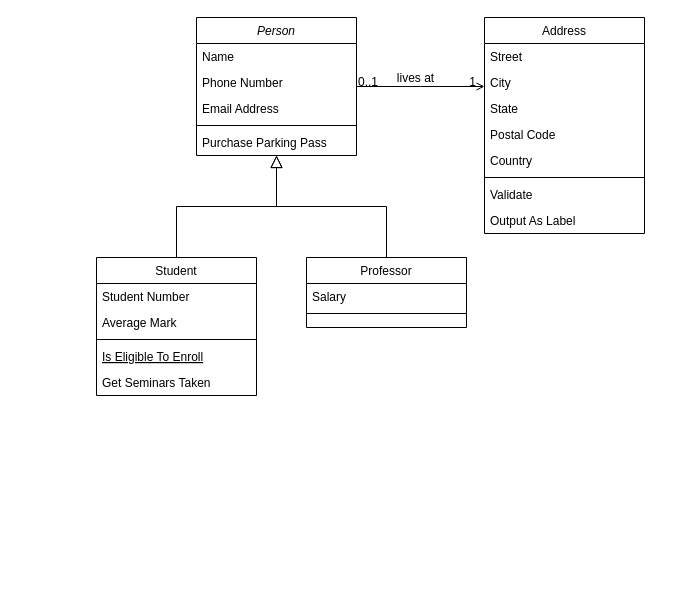
ditanursabila/Perpus_Digital keeps this draw.io diagram as Class-Diagram-Perpus-Digital.drawio. Above is the earlier version. Source tidied: cells renumbered, new cells numbered last; positions are measured from the earlier drawing's top-left corner, leaving out a move shared by most shapes. Both pictures are drawn from the tidied source at 100%, with x=0, y=0 at pixel (96, 17).
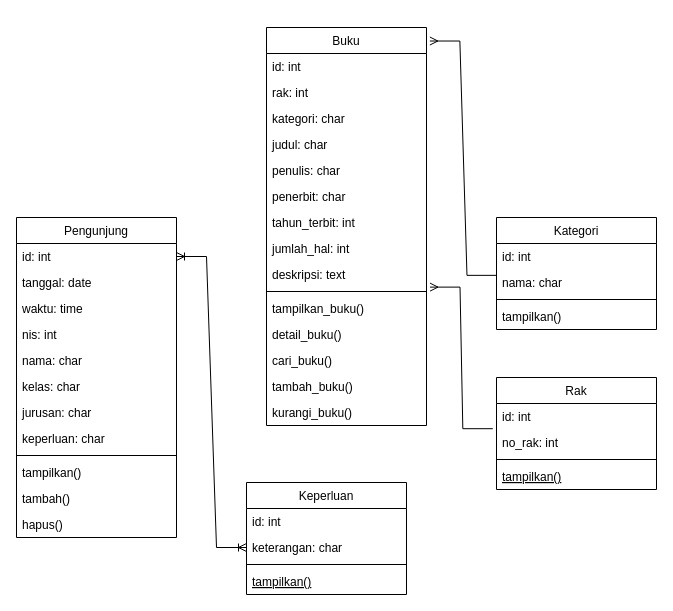
After the change.

The edit, as a diff of the source:
```diff
@@
-    <mxCell id="2" value="Person" style="swimlane;fontStyle=2;align=center;verticalAlign=top;horizontal=1;startSize=26;rounded=0;shadow=0;strokeWidth=1;" parent="1" vertex="1">
-      <mxGeometry x="100" width="160" height="138" as="geometry" />
+    <mxCell id="2" value="Pengunjung" style="swimlane;fontStyle=0;align=center;verticalAlign=top;horizontal=1;startSize=26;rounded=0;shadow=0;strokeWidth=1;" parent="1" vertex="1">
+      <mxGeometry x="-80" y="200" width="160" height="320" as="geometry" />
     </mxCell>
-    <mxCell id="3" value="Name" style="text;align=left;verticalAlign=top;spacingLeft=4;spacingRight=4;overflow=hidden;points=[[0,0.5],[1,0.5]];portConstraint=eastwest;" parent="2" vertex="1">
+    <mxCell id="3" value="id: int" style="text;align=left;verticalAlign=top;spacingLeft=4;spacingRight=4;overflow=hidden;points=[[0,0.5],[1,0.5]];portConstraint=eastwest;" parent="2" vertex="1">
       <mxGeometry y="26" width="160" height="26" as="geometry" />
     </mxCell>
-    <mxCell id="4" value="Phone Number" style="text;align=left;verticalAlign=top;spacingLeft=4;spacingRight=4;overflow=hidden;rounded=0;shadow=0;html=0;" parent="2" vertex="1">
+    <mxCell id="4" value="tanggal: date" style="text;align=left;verticalAlign=top;spacingLeft=4;spacingRight=4;overflow=hidden;rounded=0;shadow=0;html=0;" parent="2" vertex="1">
       <mxGeometry y="52" width="160" height="26" as="geometry" />
     </mxCell>
-    <mxCell id="5" value="Email Address" style="text;align=left;verticalAlign=top;spacingLeft=4;spacingRight=4;overflow=hidden;rounded=0;shadow=0;html=0;" parent="2" vertex="1">
+    <mxCell id="5" value="waktu: time" style="text;align=left;verticalAlign=top;spacingLeft=4;spacingRight=4;overflow=hidden;rounded=0;shadow=0;html=0;" parent="2" vertex="1">
       <mxGeometry y="78" width="160" height="26" as="geometry" />
     </mxCell>
+    <mxCell id="32" value="nis: int" style="text;align=left;verticalAlign=top;spacingLeft=4;spacingRight=4;overflow=hidden;rounded=0;shadow=0;html=0;" parent="2" vertex="1">
+      <mxGeometry y="104" width="160" height="26" as="geometry" />
+    </mxCell>
+    <mxCell id="33" value="nama: char" style="text;align=left;verticalAlign=top;spacingLeft=4;spacingRight=4;overflow=hidden;rounded=0;shadow=0;html=0;" parent="2" vertex="1">
+      <mxGeometry y="130" width="160" height="26" as="geometry" />
+    </mxCell>
+    <mxCell id="34" value="kelas: char" style="text;align=left;verticalAlign=top;spacingLeft=4;spacingRight=4;overflow=hidden;rounded=0;shadow=0;html=0;" parent="2" vertex="1">
+      <mxGeometry y="156" width="160" height="26" as="geometry" />
+    </mxCell>
+    <mxCell id="35" value="jurusan: char" style="text;align=left;verticalAlign=top;spacingLeft=4;spacingRight=4;overflow=hidden;rounded=0;shadow=0;html=0;" parent="2" vertex="1">
+      <mxGeometry y="182" width="160" height="26" as="geometry" />
+    </mxCell>
+    <mxCell id="36" value="keperluan: char" style="text;align=left;verticalAlign=top;spacingLeft=4;spacingRight=4;overflow=hidden;rounded=0;shadow=0;html=0;" parent="2" vertex="1">
+      <mxGeometry y="208" width="160" height="26" as="geometry" />
+    </mxCell>
     <mxCell id="6" style="line;html=1;strokeWidth=1;align=left;verticalAlign=middle;spacingTop=-1;spacingLeft=3;spacingRight=3;labelPosition=right;" parent="2" vertex="1">
-      <mxGeometry y="104" width="160" height="8" as="geometry" />
+      <mxGeometry y="234" width="160" height="8" as="geometry" />
     </mxCell>
+    <mxCell id="37" value="tampilkan()" style="text;align=left;verticalAlign=top;spacingLeft=4;spacingRight=4;overflow=hidden;" parent="2" vertex="1">
+      <mxGeometry y="242" width="160" height="26" as="geometry" />
+    </mxCell>
-    <mxCell id="7" value="Purchase Parking Pass" style="text;align=left;verticalAlign=top;spacingLeft=4;spacingRight=4;overflow=hidden;" parent="2" vertex="1">
-      <mxGeometry y="112" width="160" height="26" as="geometry" />
+    <mxCell id="7" value="tambah()" style="text;align=left;verticalAlign=top;spacingLeft=4;spacingRight=4;overflow=hidden;" parent="2" vertex="1">
+      <mxGeometry y="268" width="160" height="26" as="geometry" />
     </mxCell>
+    <mxCell id="38" value="hapus()" style="text;align=left;verticalAlign=top;spacingLeft=4;spacingRight=4;overflow=hidden;" parent="2" vertex="1">
+      <mxGeometry y="294" width="160" height="26" as="geometry" />
+    </mxCell>
-    <mxCell id="8" value="Student" style="swimlane;fontStyle=0;align=center;verticalAlign=top;horizontal=1;startSize=26;rounded=0;shadow=0;strokeWidth=1;" parent="1" vertex="1">
-      <mxGeometry y="240" width="160" height="138" as="geometry" />
+    <mxCell id="8" value="Rak" style="swimlane;fontStyle=0;align=center;verticalAlign=top;horizontal=1;startSize=26;rounded=0;shadow=0;strokeWidth=1;" parent="1" vertex="1">
+      <mxGeometry x="400" y="360" width="160" height="112" as="geometry" />
     </mxCell>
-    <mxCell id="9" value="Student Number" style="text;align=left;verticalAlign=top;spacingLeft=4;spacingRight=4;overflow=hidden;points=[[0,0.5],[1,0.5]];portConstraint=eastwest;" parent="8" vertex="1">
+    <mxCell id="9" value="id: int" style="text;align=left;verticalAlign=top;spacingLeft=4;spacingRight=4;overflow=hidden;points=[[0,0.5],[1,0.5]];portConstraint=eastwest;" parent="8" vertex="1">
       <mxGeometry y="26" width="160" height="26" as="geometry" />
     </mxCell>
-    <mxCell id="10" value="Average Mark" style="text;align=left;verticalAlign=top;spacingLeft=4;spacingRight=4;overflow=hidden;rounded=0;shadow=0;html=0;" parent="8" vertex="1">
+    <mxCell id="10" value="no_rak: int" style="text;align=left;verticalAlign=top;spacingLeft=4;spacingRight=4;overflow=hidden;rounded=0;shadow=0;html=0;" parent="8" vertex="1">
       <mxGeometry y="52" width="160" height="26" as="geometry" />
     </mxCell>
@@
-    <mxCell id="12" value="Is Eligible To Enroll" style="text;align=left;verticalAlign=top;spacingLeft=4;spacingRight=4;overflow=hidden;fontStyle=4;" parent="8" vertex="1">
+    <mxCell id="12" value="tampilkan()" style="text;align=left;verticalAlign=top;spacingLeft=4;spacingRight=4;overflow=hidden;fontStyle=4;" parent="8" vertex="1">
       <mxGeometry y="86" width="160" height="26" as="geometry" />
     </mxCell>
-    <mxCell id="13" value="Get Seminars Taken" style="text;align=left;verticalAlign=top;spacingLeft=4;spacingRight=4;overflow=hidden;" parent="8" vertex="1">
-      <mxGeometry y="112" width="160" height="26" as="geometry" />
-    </mxCell>
-    <mxCell id="14" style="endArrow=block;endSize=10;endFill=0;shadow=0;strokeWidth=1;rounded=0;edgeStyle=elbowEdgeStyle;elbow=vertical;" parent="1" edge="1" source="8" target="2">
-      <mxGeometry relative="1" as="geometry" />
-    </mxCell>
-    <mxCell id="15" value="Professor" style="swimlane;fontStyle=0;align=center;verticalAlign=top;horizontal=1;startSize=26;rounded=0;shadow=0;strokeWidth=1;" parent="1" vertex="1">
-      <mxGeometry x="210" y="240" width="160" height="70" as="geometry" />
+    <mxCell id="15" value="Kategori" style="swimlane;fontStyle=0;align=center;verticalAlign=top;horizontal=1;startSize=26;rounded=0;shadow=0;strokeWidth=1;" parent="1" vertex="1">
+      <mxGeometry x="400" y="200" width="160" height="112" as="geometry" />
     </mxCell>
-    <mxCell id="16" value="Salary" style="text;align=left;verticalAlign=top;spacingLeft=4;spacingRight=4;overflow=hidden;" parent="15" vertex="1">
+    <mxCell id="16" value="id: int" style="text;align=left;verticalAlign=top;spacingLeft=4;spacingRight=4;overflow=hidden;" parent="15" vertex="1">
       <mxGeometry y="26" width="160" height="26" as="geometry" />
     </mxCell>
+    <mxCell id="39" value="nama: char" style="text;align=left;verticalAlign=top;spacingLeft=4;spacingRight=4;overflow=hidden;points=[[0,0.5],[1,0.5]];portConstraint=eastwest;" parent="15" vertex="1">
+      <mxGeometry y="52" width="160" height="26" as="geometry" />
+    </mxCell>
     <mxCell id="17" style="line;html=1;strokeWidth=1;align=left;verticalAlign=middle;spacingTop=-1;spacingLeft=3;spacingRight=3;labelPosition=right;" parent="15" vertex="1">
-      <mxGeometry y="52" width="160" height="8" as="geometry" />
+      <mxGeometry y="78" width="160" height="8" as="geometry" />
     </mxCell>
-    <mxCell id="18" style="endArrow=block;endSize=10;endFill=0;shadow=0;strokeWidth=1;rounded=0;edgeStyle=elbowEdgeStyle;elbow=vertical;" parent="1" edge="1" source="15" target="2">
-      <mxGeometry relative="1" as="geometry" />
-    </mxCell>
+    <mxCell id="40" value="tampilkan()" style="text;align=left;verticalAlign=top;spacingLeft=4;spacingRight=4;overflow=hidden;" parent="15" vertex="1">
+      <mxGeometry y="86" width="160" height="26" as="geometry" />
+    </mxCell>
-    <mxCell id="19" value="Address" style="swimlane;fontStyle=0;align=center;verticalAlign=top;horizontal=1;startSize=26;rounded=0;shadow=0;strokeWidth=1;" parent="1" vertex="1">
-      <mxGeometry x="388" width="160" height="216" as="geometry" />
+    <mxCell id="19" value="Buku" style="swimlane;fontStyle=0;align=center;verticalAlign=top;horizontal=1;startSize=26;rounded=0;shadow=0;strokeWidth=1;" parent="1" vertex="1">
+      <mxGeometry x="170" y="10" width="160" height="398" as="geometry" />
     </mxCell>
-    <mxCell id="20" value="Street" style="text;align=left;verticalAlign=top;spacingLeft=4;spacingRight=4;overflow=hidden;" parent="19" vertex="1">
+    <mxCell id="20" value="id: int" style="text;align=left;verticalAlign=top;spacingLeft=4;spacingRight=4;overflow=hidden;" parent="19" vertex="1">
       <mxGeometry y="26" width="160" height="26" as="geometry" />
     </mxCell>
-    <mxCell id="21" value="City" style="text;align=left;verticalAlign=top;spacingLeft=4;spacingRight=4;overflow=hidden;rounded=0;shadow=0;html=0;" parent="19" vertex="1">
+    <mxCell id="21" value="rak: int" style="text;align=left;verticalAlign=top;spacingLeft=4;spacingRight=4;overflow=hidden;rounded=0;shadow=0;html=0;" parent="19" vertex="1">
       <mxGeometry y="52" width="160" height="26" as="geometry" />
     </mxCell>
-    <mxCell id="22" value="State" style="text;align=left;verticalAlign=top;spacingLeft=4;spacingRight=4;overflow=hidden;rounded=0;shadow=0;html=0;" parent="19" vertex="1">
+    <mxCell id="22" value="kategori: char" style="text;align=left;verticalAlign=top;spacingLeft=4;spacingRight=4;overflow=hidden;rounded=0;shadow=0;html=0;" parent="19" vertex="1">
       <mxGeometry y="78" width="160" height="26" as="geometry" />
     </mxCell>
-    <mxCell id="23" value="Postal Code" style="text;align=left;verticalAlign=top;spacingLeft=4;spacingRight=4;overflow=hidden;rounded=0;shadow=0;html=0;" parent="19" vertex="1">
+    <mxCell id="23" value="judul: char" style="text;align=left;verticalAlign=top;spacingLeft=4;spacingRight=4;overflow=hidden;rounded=0;shadow=0;html=0;" parent="19" vertex="1">
       <mxGeometry y="104" width="160" height="26" as="geometry" />
     </mxCell>
+    <mxCell id="41" value="penulis: char" style="text;align=left;verticalAlign=top;spacingLeft=4;spacingRight=4;overflow=hidden;rounded=0;shadow=0;html=0;" parent="19" vertex="1">
+      <mxGeometry y="130" width="160" height="26" as="geometry" />
+    </mxCell>
-    <mxCell id="24" value="Country" style="text;align=left;verticalAlign=top;spacingLeft=4;spacingRight=4;overflow=hidden;rounded=0;shadow=0;html=0;" parent="19" vertex="1">
-      <mxGeometry y="130" width="160" height="26" as="geometry" />
+    <mxCell id="24" value="penerbit: char" style="text;align=left;verticalAlign=top;spacingLeft=4;spacingRight=4;overflow=hidden;rounded=0;shadow=0;html=0;" parent="19" vertex="1">
+      <mxGeometry y="156" width="160" height="26" as="geometry" />
     </mxCell>
+    <mxCell id="42" value="tahun_terbit: int" style="text;align=left;verticalAlign=top;spacingLeft=4;spacingRight=4;overflow=hidden;rounded=0;shadow=0;html=0;" parent="19" vertex="1">
+      <mxGeometry y="182" width="160" height="26" as="geometry" />
+    </mxCell>
+    <mxCell id="43" value="jumlah_hal: int" style="text;align=left;verticalAlign=top;spacingLeft=4;spacingRight=4;overflow=hidden;rounded=0;shadow=0;html=0;" parent="19" vertex="1">
+      <mxGeometry y="208" width="160" height="26" as="geometry" />
+    </mxCell>
+    <mxCell id="44" value="deskripsi: text" style="text;align=left;verticalAlign=top;spacingLeft=4;spacingRight=4;overflow=hidden;points=[[0,0.5],[1,0.5]];portConstraint=eastwest;rounded=0;shadow=0;html=0;" parent="19" vertex="1">
+      <mxGeometry y="234" width="160" height="26" as="geometry" />
+    </mxCell>
     <mxCell id="25" style="line;html=1;strokeWidth=1;align=left;verticalAlign=middle;spacingTop=-1;spacingLeft=3;spacingRight=3;labelPosition=right;" parent="19" vertex="1">
-      <mxGeometry y="156" width="160" height="8" as="geometry" />
+      <mxGeometry y="260" width="160" height="8" as="geometry" />
     </mxCell>
-    <mxCell id="26" value="Validate" style="text;align=left;verticalAlign=top;spacingLeft=4;spacingRight=4;overflow=hidden;" parent="19" vertex="1">
-      <mxGeometry y="164" width="160" height="26" as="geometry" />
+    <mxCell id="26" value="tampilkan_buku()" style="text;align=left;verticalAlign=top;spacingLeft=4;spacingRight=4;overflow=hidden;" parent="19" vertex="1">
+      <mxGeometry y="268" width="160" height="26" as="geometry" />
     </mxCell>
-    <mxCell id="27" value="Output As Label" style="text;align=left;verticalAlign=top;spacingLeft=4;spacingRight=4;overflow=hidden;" parent="19" vertex="1">
-      <mxGeometry y="190" width="160" height="26" as="geometry" />
+    <mxCell id="27" value="detail_buku()" style="text;align=left;verticalAlign=top;spacingLeft=4;spacingRight=4;overflow=hidden;" parent="19" vertex="1">
+      <mxGeometry y="294" width="160" height="26" as="geometry" />
     </mxCell>
-    <mxCell id="28" style="endArrow=open;shadow=0;strokeWidth=1;rounded=0;endFill=1;edgeStyle=elbowEdgeStyle;elbow=vertical;" parent="1" edge="1" source="2" target="19">
-      <mxGeometry x="0.5" y="41" relative="1" as="geometry">
-        <mxPoint x="-40" y="32" as="offset" />
-      </mxGeometry>
-    </mxCell>
-    <mxCell id="29" value="0..1" style="align=left;verticalAlign=bottom;labelBackgroundColor=none;fontSize=12;" parent="28" vertex="1">
-      <mxGeometry x="-1" relative="1" as="geometry">
-        <mxPoint y="4" as="offset" />
-      </mxGeometry>
-    </mxCell>
-    <mxCell id="30" value="1" style="align=right;verticalAlign=bottom;labelBackgroundColor=none;fontSize=12;" parent="28" vertex="1">
-      <mxGeometry x="1" relative="1" as="geometry">
-        <mxPoint x="-7" y="4" as="offset" />
-      </mxGeometry>
-    </mxCell>
-    <mxCell id="31" value="lives at" style="text;html=1;align=center;verticalAlign=middle;labelBackgroundColor=none;rounded=0;shadow=0;strokeWidth=1;fontSize=12;" parent="28" vertex="1">
-      <mxGeometry x="0.5" y="49" relative="1" as="geometry">
-        <mxPoint x="-38" y="40" as="offset" />
-      </mxGeometry>
-    </mxCell>
+    <mxCell id="45" value="cari_buku()" style="text;align=left;verticalAlign=top;spacingLeft=4;spacingRight=4;overflow=hidden;" parent="19" vertex="1">
+      <mxGeometry y="320" width="160" height="26" as="geometry" />
+    </mxCell>
+    <mxCell id="46" value="tambah_buku()" style="text;align=left;verticalAlign=top;spacingLeft=4;spacingRight=4;overflow=hidden;" parent="19" vertex="1">
+      <mxGeometry y="346" width="160" height="26" as="geometry" />
+    </mxCell>
+    <mxCell id="47" value="kurangi_buku()" style="text;align=left;verticalAlign=top;spacingLeft=4;spacingRight=4;overflow=hidden;" parent="19" vertex="1">
+      <mxGeometry y="372" width="160" height="26" as="geometry" />
+    </mxCell>
+    <mxCell id="48" value="Keperluan" style="swimlane;fontStyle=0;align=center;verticalAlign=top;horizontal=1;startSize=26;rounded=0;shadow=0;strokeWidth=1;" parent="1" vertex="1">
+      <mxGeometry x="150" y="465" width="160" height="112" as="geometry" />
+    </mxCell>
+    <mxCell id="49" value="id: int" style="text;align=left;verticalAlign=top;spacingLeft=4;spacingRight=4;overflow=hidden;" parent="48" vertex="1">
+      <mxGeometry y="26" width="160" height="26" as="geometry" />
+    </mxCell>
+    <mxCell id="50" value="keterangan: char" style="text;align=left;verticalAlign=top;spacingLeft=4;spacingRight=4;overflow=hidden;points=[[0,0.5],[1,0.5]];portConstraint=eastwest;rounded=0;shadow=0;html=0;" parent="48" vertex="1">
+      <mxGeometry y="52" width="160" height="26" as="geometry" />
+    </mxCell>
+    <mxCell id="51" style="line;html=1;strokeWidth=1;align=left;verticalAlign=middle;spacingTop=-1;spacingLeft=3;spacingRight=3;labelPosition=right;" parent="48" vertex="1">
+      <mxGeometry y="78" width="160" height="8" as="geometry" />
+    </mxCell>
+    <mxCell id="52" value="tampilkan()" style="text;align=left;verticalAlign=top;spacingLeft=4;spacingRight=4;overflow=hidden;fontStyle=4;" parent="48" vertex="1">
+      <mxGeometry y="86" width="160" height="26" as="geometry" />
+    </mxCell>
+    <mxCell id="53" style="edgeStyle=entityRelationEdgeStyle;fontSize=12;html=1;endArrow=ERoneToMany;startArrow=ERoneToMany;rounded=0;exitX=0;exitY=0.5;exitDx=0;exitDy=0;entryX=1;entryY=0.5;entryDx=0;entryDy=0;" parent="1" edge="1" source="50" target="3">
+      <mxGeometry relative="1" as="geometry" />
+    </mxCell>
+    <mxCell id="54" style="edgeStyle=entityRelationEdgeStyle;fontSize=12;html=1;endArrow=ERmany;rounded=0;exitX=-0.023;exitY=0.969;exitDx=0;exitDy=0;exitPerimeter=0;entryX=1.022;entryY=0.985;entryDx=0;entryDy=0;entryPerimeter=0;" parent="1" edge="1" source="9" target="44">
+      <mxGeometry relative="1" as="geometry" />
+    </mxCell>
+    <mxCell id="55" style="edgeStyle=entityRelationEdgeStyle;fontSize=12;html=1;endArrow=ERmany;rounded=0;entryX=1.021;entryY=0.034;entryDx=0;entryDy=0;exitX=0.003;exitY=0.225;exitDx=0;exitDy=0;exitPerimeter=0;entryPerimeter=0;" parent="1" edge="1" source="39" target="19">
+      <mxGeometry relative="1" as="geometry">
+        <Array as="points">
+          <mxPoint x="390" y="120" />
+        </Array>
+      </mxGeometry>
+    </mxCell>
```
